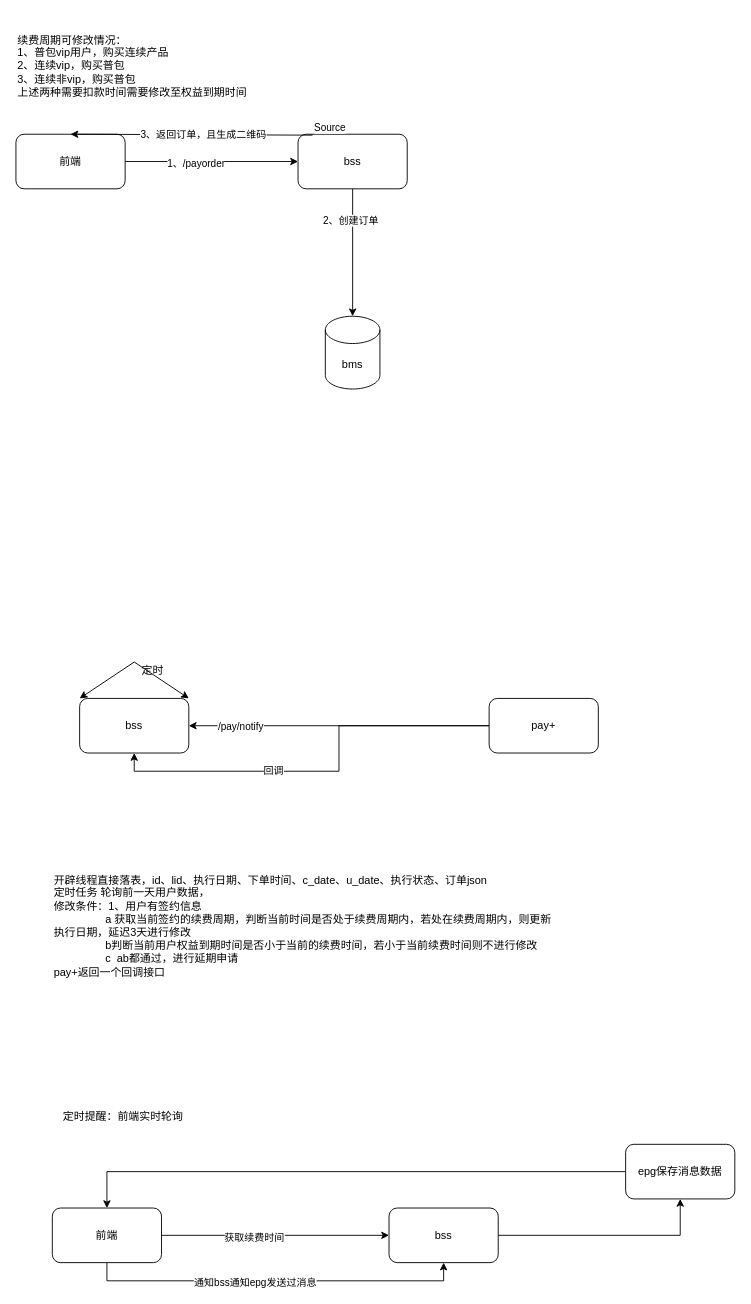
The draw.io diagram page "修改续费周期" (1 of 3) of pay.drawio in ydnuan/wenjian, before the edit. Source tidied: cells renumbered, new cells numbered last; positions are measured from the earlier drawing's top-left corner, leaving out a move shared by most shapes. Both pictures are drawn from the tidied source at 91%, with x=0, y=0 at pixel (15, 15).
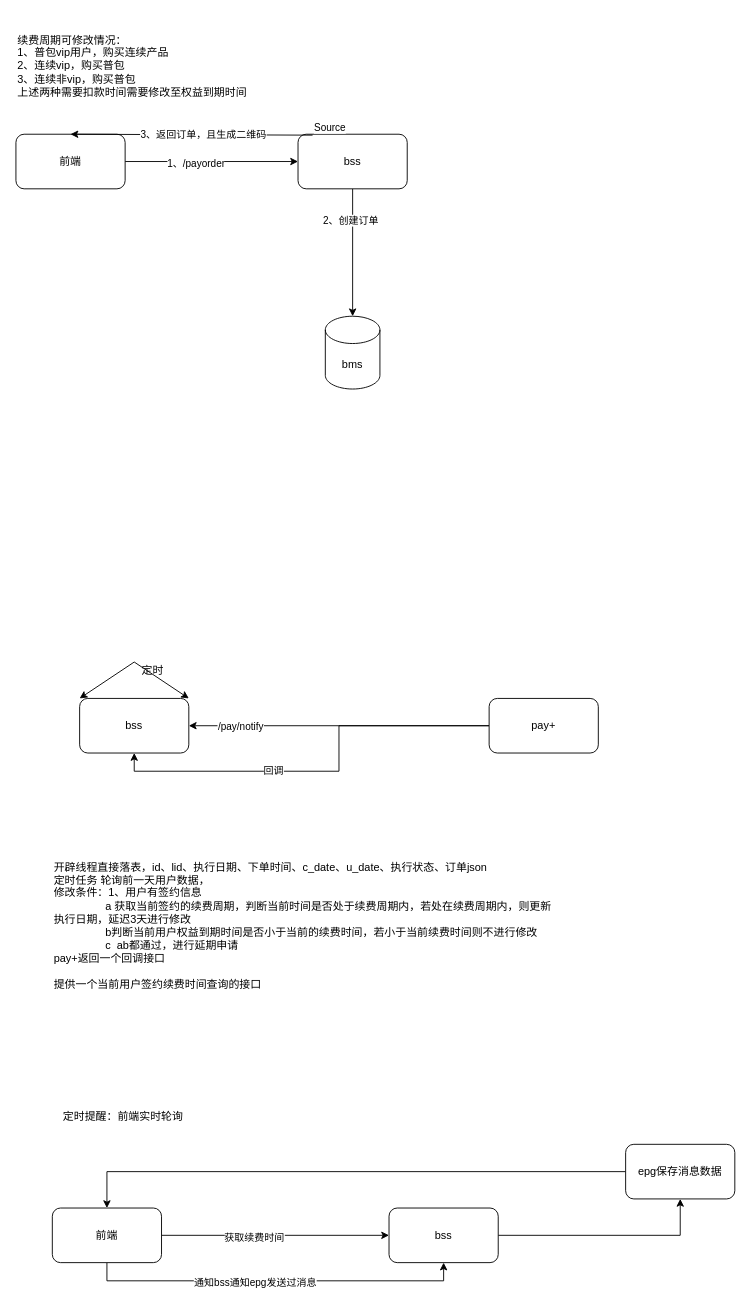
After the change.

What changed in the source:
```diff
@@
-    <mxCell id="19" value="开辟线程直接落表，id、lid、执行日期、下单时间、c_date、u_date、执行状态、订单json&lt;br&gt;定时任务 轮询前一天用户数据，&lt;br&gt;修改条件：1、用户有签约信息&lt;br&gt;&amp;nbsp; &amp;nbsp; &amp;nbsp; &amp;nbsp; &amp;nbsp; &amp;nbsp; &amp;nbsp; &amp;nbsp; &amp;nbsp;a 获取当前签约的续费周期，判断当前时间是否处于续费周期内，若处在续费周期内，则更新执行日期，延迟3天进行修改&lt;br&gt;&amp;nbsp; &amp;nbsp; &amp;nbsp; &amp;nbsp; &amp;nbsp; &amp;nbsp; &amp;nbsp; &amp;nbsp; &amp;nbsp;b判断当前用户权益到期时间是否小于当前的续费时间，若小于当前续费时间则不进行修改&lt;br&gt;&amp;nbsp; &amp;nbsp; &amp;nbsp; &amp;nbsp; &amp;nbsp; &amp;nbsp; &amp;nbsp; &amp;nbsp; &amp;nbsp;c&amp;nbsp; ab都通过，进行延期申请&lt;br&gt;pay+返回一个回调接口" style="text;html=1;strokeColor=none;fillColor=none;align=left;verticalAlign=middle;whiteSpace=wrap;rounded=0;" parent="1" vertex="1">
+    <mxCell id="19" value="开辟线程直接落表，id、lid、执行日期、下单时间、c_date、u_date、执行状态、订单json&lt;br&gt;定时任务 轮询前一天用户数据，&lt;br&gt;修改条件：1、用户有签约信息&lt;br&gt;&amp;nbsp; &amp;nbsp; &amp;nbsp; &amp;nbsp; &amp;nbsp; &amp;nbsp; &amp;nbsp; &amp;nbsp; &amp;nbsp;a 获取当前签约的续费周期，判断当前时间是否处于续费周期内，若处在续费周期内，则更新执行日期，延迟3天进行修改&lt;br&gt;&amp;nbsp; &amp;nbsp; &amp;nbsp; &amp;nbsp; &amp;nbsp; &amp;nbsp; &amp;nbsp; &amp;nbsp; &amp;nbsp;b判断当前用户权益到期时间是否小于当前的续费时间，若小于当前续费时间则不进行修改&lt;br&gt;&amp;nbsp; &amp;nbsp; &amp;nbsp; &amp;nbsp; &amp;nbsp; &amp;nbsp; &amp;nbsp; &amp;nbsp; &amp;nbsp;c&amp;nbsp; ab都通过，进行延期申请&lt;br&gt;pay+返回一个回调接口&lt;br&gt;&lt;br&gt;提供一个当前用户签约续费时间查询的接口" style="text;html=1;strokeColor=none;fillColor=none;align=left;verticalAlign=middle;whiteSpace=wrap;rounded=0;" parent="1" vertex="1">
       <mxGeometry x="40" y="900" width="550" height="200" as="geometry" />
     </mxCell>
```
